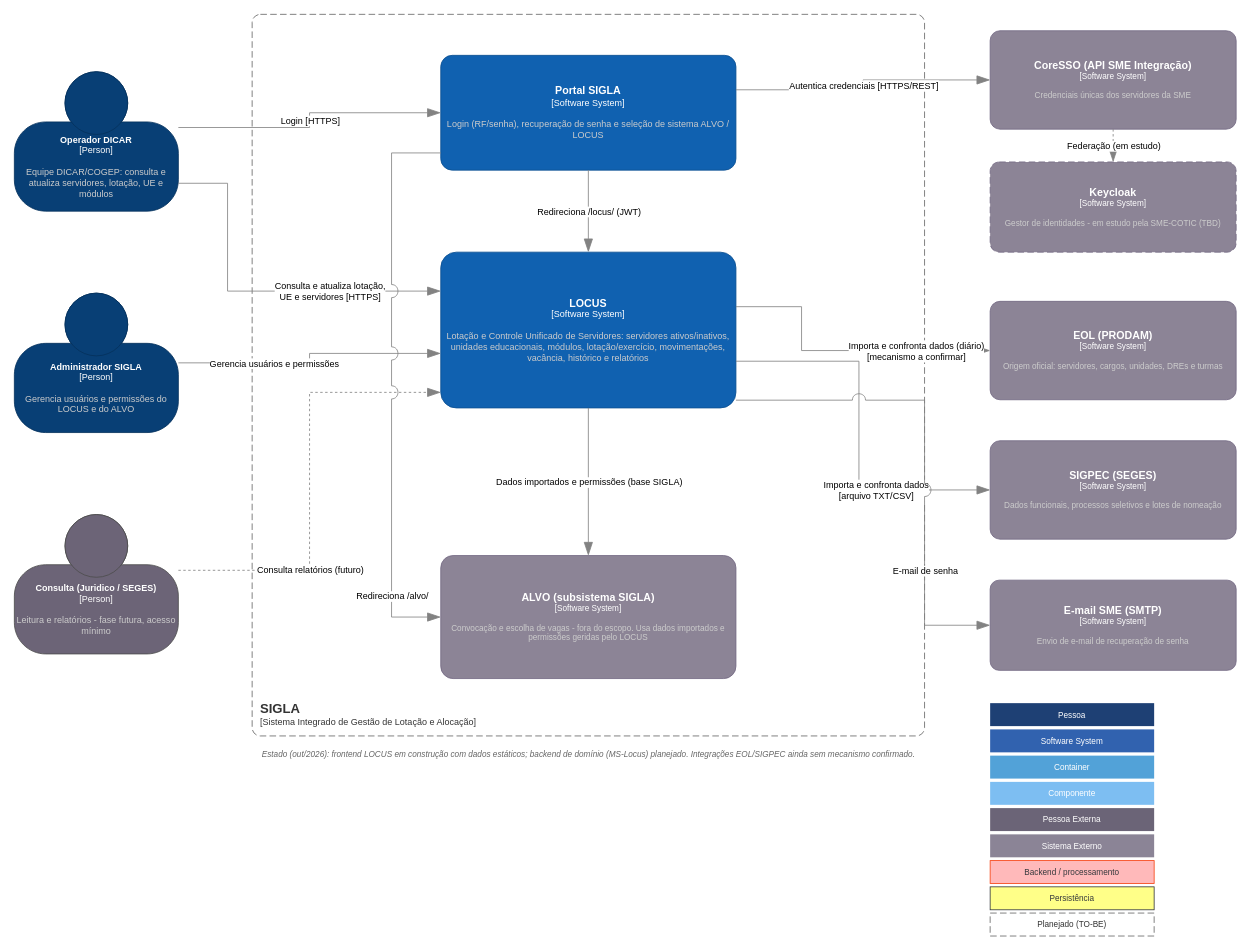
Above: page "C1 - Contexto LOCUS" (2 of 15) of Locus/diagramas/assets/ARQUITETURA - LOCUS - C4.drawio in ronaldorobledo1902/SIGLA (draw.io), before the change. Source tidied: cells renumbered, new cells numbered last; positions are measured from the earlier drawing's top-left corner, leaving out a move shared by most shapes. Both pictures are drawn from the tidied source at 82%, with x=0, y=0 at pixel (14, 14).
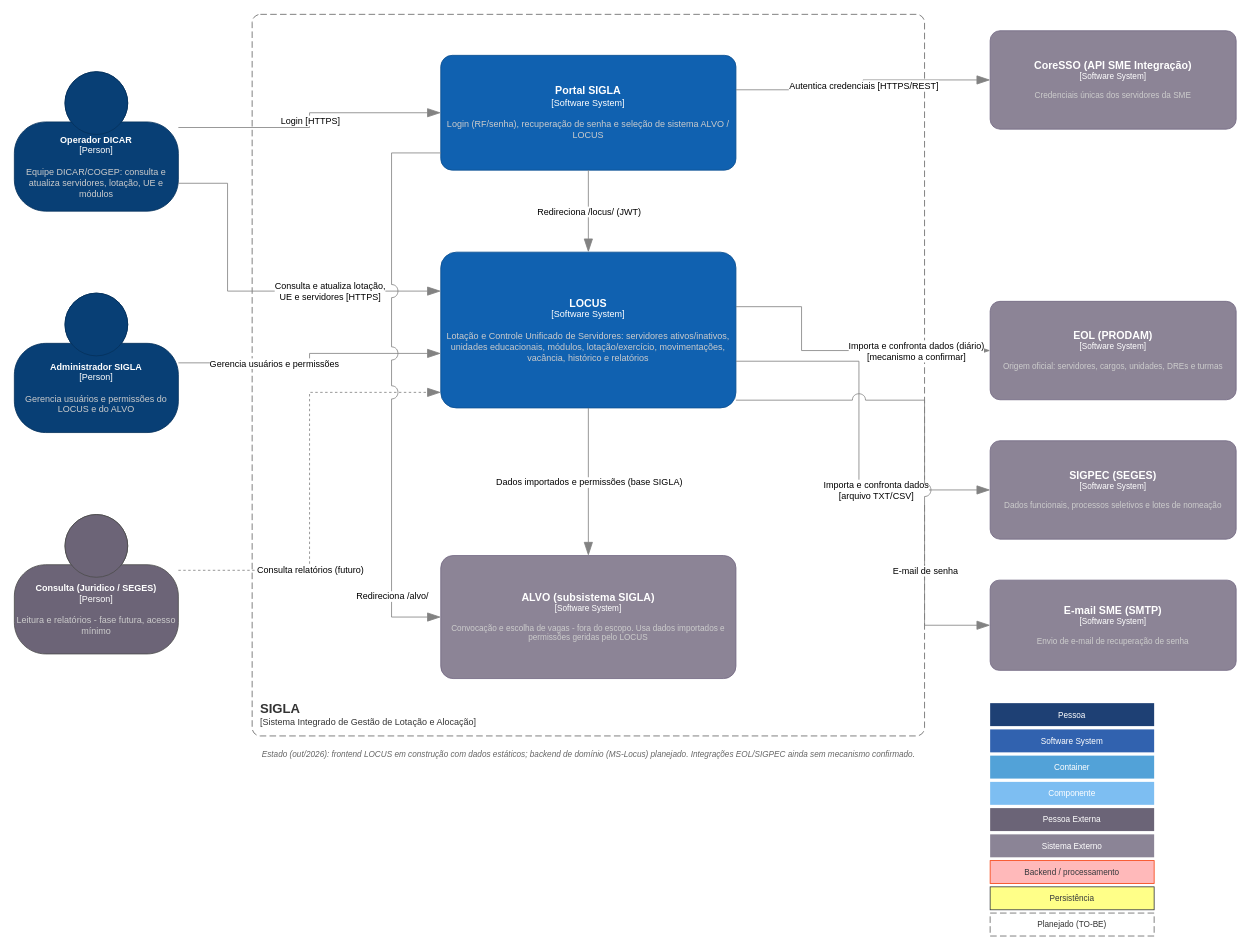
After the change.

Unchanged cells that the change refers to:
```xml
<mxCell id="9" value="&lt;b&gt;&lt;font style='font-size: 13px'&gt;CoreSSO (API SME Integração)&lt;/font&gt;&lt;/b&gt;&lt;div&gt;[Software System]&lt;/div&gt;&lt;br&gt;&lt;font color='#cccccc'&gt;Credenciais únicas dos servidores da SME&lt;/font&gt;" style="rounded=1;whiteSpace=wrap;html=1;fillColor=#8C8496;fontColor=#ffffff;align=center;arcSize=10;strokeColor=#736782;fontSize=10;" parent="1" vertex="1">
  <mxGeometry x="1190" y="20" width="300" height="120" as="geometry" />
</mxCell>
```

Diff of the diagram source:
```diff
@@
-    <mxCell id="10" value="&lt;b&gt;&lt;font style='font-size: 13px'&gt;Keycloak&lt;/font&gt;&lt;/b&gt;&lt;div&gt;[Software System]&lt;/div&gt;&lt;br&gt;&lt;font color='#cccccc'&gt;Gestor de identidades - em estudo pela SME-COTIC (TBD)&lt;/font&gt;" style="rounded=1;whiteSpace=wrap;html=1;fillColor=#8C8496;fontColor=#ffffff;align=center;arcSize=10;strokeColor=#736782;fontSize=10;dashed=1;dashPattern=8 4;" parent="1" vertex="1">
-      <mxGeometry x="1190" y="180" width="300" height="110" as="geometry" />
-    </mxCell>
@@
-    <mxCell id="28" style="endArrow=blockThin;html=1;fontSize=10;fontColor=#404040;strokeWidth=1;endFill=1;strokeColor=#828282;elbow=vertical;endSize=14;startSize=14;jumpStyle=arc;jumpSize=16;rounded=0;edgeStyle=orthogonalEdgeStyle;exitX=0.5;exitY=1;exitDx=0;exitDy=0;entryX=0.5;entryY=0;entryDx=0;entryDy=0;dashed=1;" parent="1" edge="1" source="9" target="10">
-      <mxGeometry relative="1" as="geometry" />
-    </mxCell>
-    <mxCell id="29" value="Federação (em estudo)" style="edgeLabel;html=1;align=center;verticalAlign=middle;labelBackgroundColor=#ffffff;" parent="28" vertex="1">
-      <mxGeometry relative="1" as="geometry" />
-    </mxCell>
```
